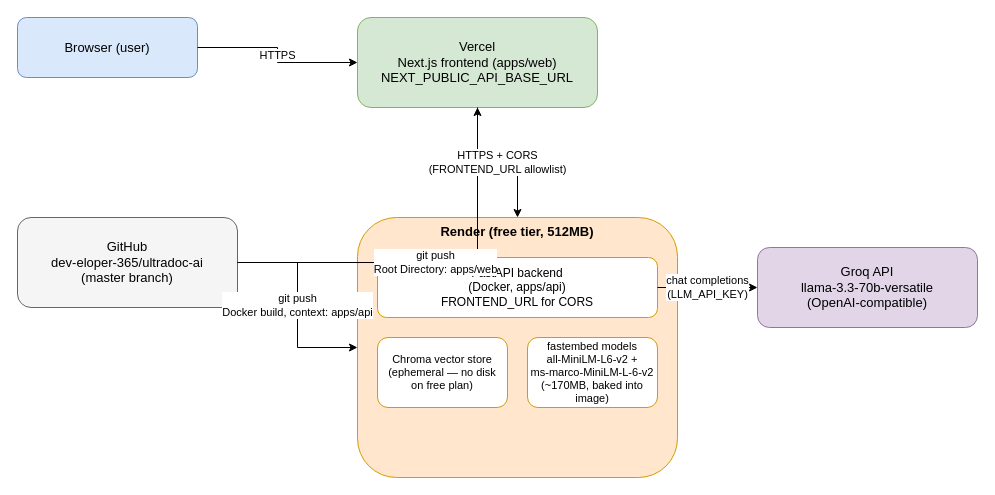
dev-eloper-365/ultradoc-ai keeps this draw.io diagram as page "Deployment Architecture" (1 of 2) of docs/architecture.drawio. Above is the earlier version. Source tidied: cells renumbered, new cells numbered last; positions are measured from the earlier drawing's top-left corner, leaving out a move shared by most shapes. Both pictures are drawn from the tidied source at 100%, with x=0, y=0 at pixel (17, 17).
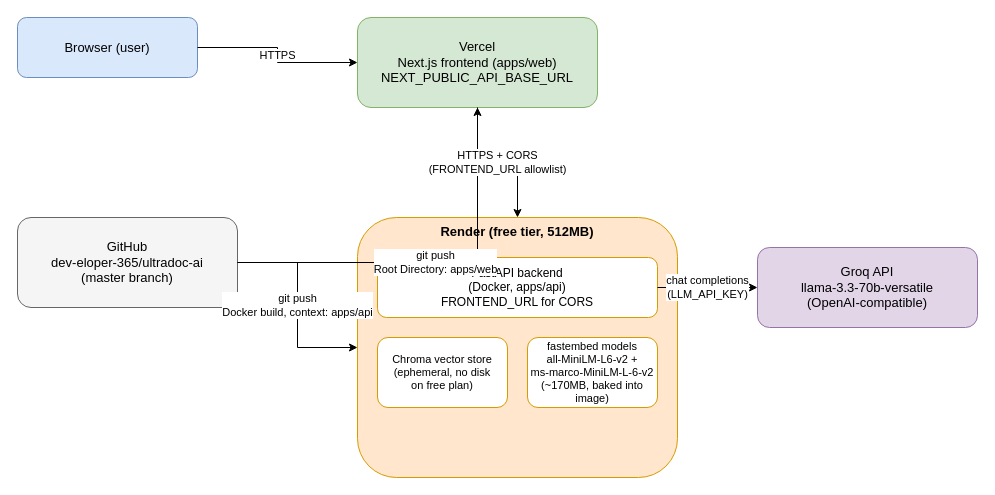
After the change.

Change to the diagram source:
```diff
@@
 <mxGraphModel>
   <root>
     <mxCell id="0" />
     <mxCell id="1" parent="0" />
     <mxCell id="2" value="Browser (user)" style="rounded=1;whiteSpace=wrap;html=1;fillColor=#dae8fc;strokeColor=#6c8ebf;fontSize=13;" parent="1" vertex="1">
       <mxGeometry width="180" height="60" as="geometry" />
     </mxCell>
     <mxCell id="3" value="GitHub&#10;dev-eloper-365/ultradoc-ai&#10;(master branch)" style="rounded=1;whiteSpace=wrap;html=1;fillColor=#f5f5f5;strokeColor=#666666;fontSize=13;" parent="1" vertex="1">
       <mxGeometry y="200" width="220" height="90" as="geometry" />
     </mxCell>
     <mxCell id="4" value="Vercel&#10;Next.js frontend (apps/web)&#10;NEXT_PUBLIC_API_BASE_URL" style="rounded=1;whiteSpace=wrap;html=1;fillColor=#d5e8d4;strokeColor=#82b366;fontSize=13;" parent="1" vertex="1">
       <mxGeometry x="340" width="240" height="90" as="geometry" />
     </mxCell>
     <mxCell id="5" value="Render (free tier, 512MB)" style="rounded=1;whiteSpace=wrap;html=1;verticalAlign=top;fillColor=#ffe6cc;strokeColor=#d79b00;fontSize=13;fontStyle=1;" parent="1" vertex="1">
       <mxGeometry x="340" y="200" width="320" height="260" as="geometry" />
     </mxCell>
     <mxCell id="6" value="FastAPI backend&#10;(Docker, apps/api)&#10;FRONTEND_URL for CORS" style="rounded=1;whiteSpace=wrap;html=1;fillColor=#ffffff;strokeColor=#d79b00;fontSize=12;" parent="1" vertex="1">
       <mxGeometry x="360" y="240" width="280" height="60" as="geometry" />
     </mxCell>
-    <mxCell id="7" value="Chroma vector store&#10;(ephemeral — no disk&#10;on free plan)" style="rounded=1;whiteSpace=wrap;html=1;fillColor=#ffffff;strokeColor=#d79b00;fontSize=11;" parent="1" vertex="1">
+    <mxCell id="7" value="Chroma vector store&#10;(ephemeral, no disk&#10;on free plan)" style="rounded=1;whiteSpace=wrap;html=1;fillColor=#ffffff;strokeColor=#d79b00;fontSize=11;" parent="1" vertex="1">
       <mxGeometry x="360" y="320" width="130" height="70" as="geometry" />
     </mxCell>
     <mxCell id="8" value="fastembed models&#10;all-MiniLM-L6-v2 +&#10;ms-marco-MiniLM-L-6-v2&#10;(~170MB, baked into image)" style="rounded=1;whiteSpace=wrap;html=1;fillColor=#ffffff;strokeColor=#d79b00;fontSize=11;" parent="1" vertex="1">
       <mxGeometry x="510" y="320" width="130" height="70" as="geometry" />
     </mxCell>
     <mxCell id="9" value="Groq API&#10;llama-3.3-70b-versatile&#10;(OpenAI-compatible)" style="rounded=1;whiteSpace=wrap;html=1;fillColor=#e1d5e7;strokeColor=#9673a6;fontSize=13;" parent="1" vertex="1">
       <mxGeometry x="740" y="230" width="220" height="80" as="geometry" />
     </mxCell>
     <mxCell id="10" value="HTTPS" style="edgeStyle=orthogonalEdgeStyle;rounded=0;html=1;fontSize=11;" parent="1" edge="1" source="2" target="4">
       <mxGeometry relative="1" as="geometry" />
     </mxCell>
     <mxCell id="11" value="git push&#10;Root Directory: apps/web" style="edgeStyle=orthogonalEdgeStyle;rounded=0;html=1;fontSize=11;" parent="1" edge="1" source="3" target="4">
       <mxGeometry relative="1" as="geometry" />
     </mxCell>
     <mxCell id="12" value="git push&#10;Docker build, context: apps/api" style="edgeStyle=orthogonalEdgeStyle;rounded=0;html=1;fontSize=11;" parent="1" edge="1" source="3" target="5">
       <mxGeometry relative="1" as="geometry" />
     </mxCell>
     <mxCell id="13" value="HTTPS + CORS&#10;(FRONTEND_URL allowlist)" style="edgeStyle=orthogonalEdgeStyle;rounded=0;html=1;fontSize=11;" parent="1" edge="1" source="4" target="5">
       <mxGeometry relative="1" as="geometry" />
     </mxCell>
     <mxCell id="14" value="chat completions&#10;(LLM_API_KEY)" style="edgeStyle=orthogonalEdgeStyle;rounded=0;html=1;fontSize=11;" parent="1" edge="1" source="6" target="9">
       <mxGeometry relative="1" as="geometry" />
     </mxCell>
   </root>
 </mxGraphModel>
```
